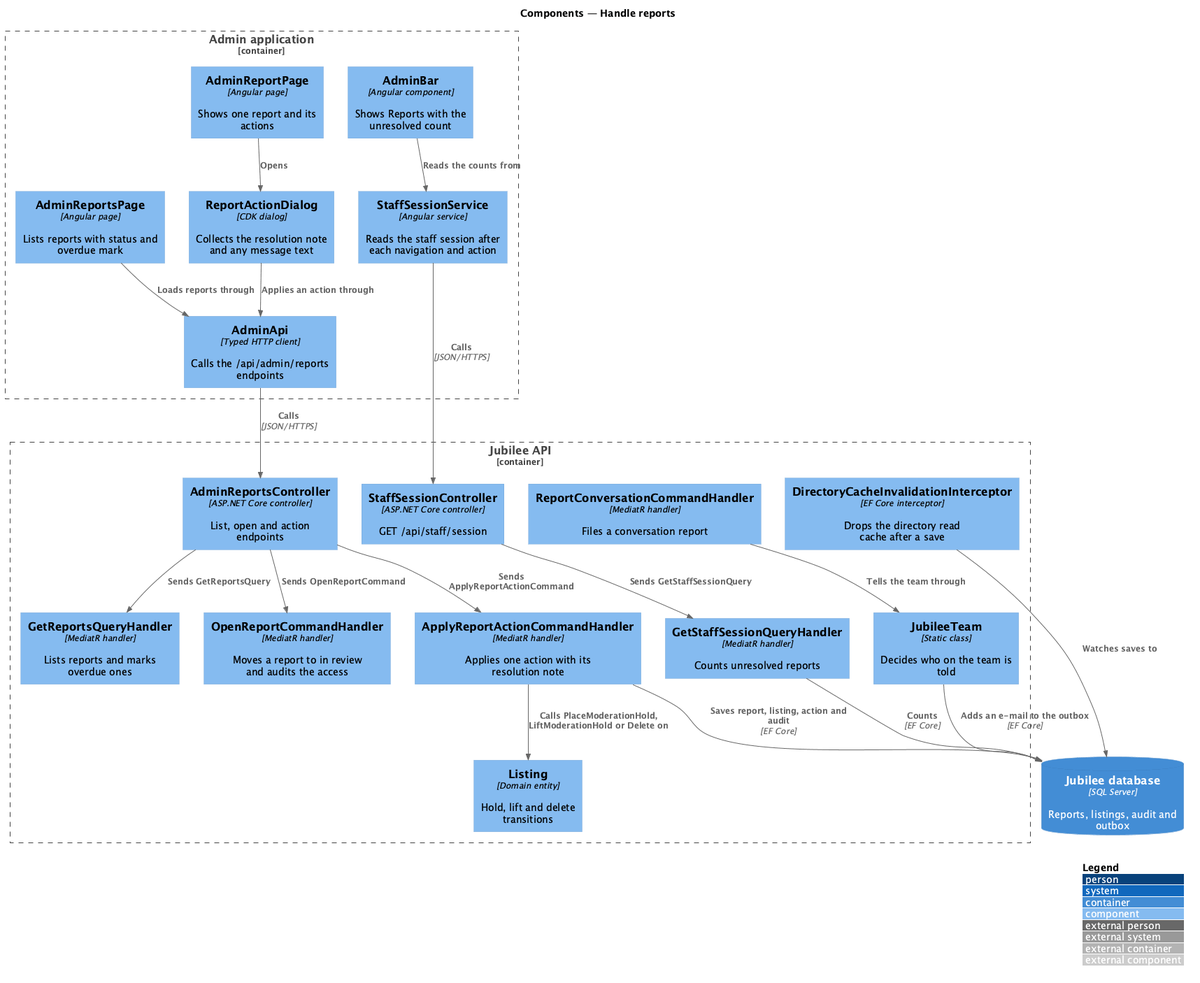
Earlier version of the PlantUML export docs/detailed-designs/moderation/handle-reports/diagrams/c4-component.png (QuinntyneBrown/jubilee). The source it was exported from:
```plantuml
@startuml
!include <C4/C4_Component>
LAYOUT_WITH_LEGEND()
title Components — Handle reports
Container_Boundary(web, "Admin application") {
  Component(bar, "AdminBar", "Angular component", "Shows Reports with the unresolved count")
  Component(session, "StaffSessionService", "Angular service", "Reads the staff session after each navigation and action")
  Component(list, "AdminReportsPage", "Angular page", "Lists reports with status and overdue mark")
  Component(detail, "AdminReportPage", "Angular page", "Shows one report and its actions")
  Component(dialog, "ReportActionDialog", "CDK dialog", "Collects the resolution note and any message text")
  Component(client, "AdminApi", "Typed HTTP client", "Calls the /api/admin/reports endpoints")
}
Container_Boundary(api, "Jubilee API") {
  Component(ctrl, "AdminReportsController", "ASP.NET Core controller", "List, open and action endpoints")
  Component(sctrl, "StaffSessionController", "ASP.NET Core controller", "GET /api/staff/session")
  Component(sh, "GetStaffSessionQueryHandler", "MediatR handler", "Counts unresolved reports")
  Component(rh, "ReportConversationCommandHandler", "MediatR handler", "Files a conversation report")
  Component(team, "JubileeTeam", "Static class", "Decides who on the team is told")
  Component(lh, "GetReportsQueryHandler", "MediatR handler", "Lists reports and marks overdue ones")
  Component(oh, "OpenReportCommandHandler", "MediatR handler", "Moves a report to in review and audits the access")
  Component(ah, "ApplyReportActionCommandHandler", "MediatR handler", "Applies one action with its resolution note")
  Component(listing, "Listing", "Domain entity", "Hold, lift and delete transitions")
  Component(icpt, "DirectoryCacheInvalidationInterceptor", "EF Core interceptor", "Drops the directory read cache after a save")
}
ContainerDb(db, "Jubilee database", "SQL Server", "Reports, listings, audit and outbox")

Rel(bar, session, "Reads the counts from")
Rel(session, sctrl, "Calls", "JSON/HTTPS")
Rel(sctrl, sh, "Sends GetStaffSessionQuery")
Rel(list, client, "Loads reports through")
Rel(detail, dialog, "Opens")
Rel(dialog, client, "Applies an action through")
Rel(client, ctrl, "Calls", "JSON/HTTPS")
Rel(ctrl, lh, "Sends GetReportsQuery")
Rel(ctrl, oh, "Sends OpenReportCommand")
Rel(ctrl, ah, "Sends ApplyReportActionCommand")
Rel(rh, team, "Tells the team through")
Rel(team, db, "Adds an e-mail to the outbox", "EF Core")
Rel(ah, listing, "Calls PlaceModerationHold, LiftModerationHold or Delete on")
Rel(ah, db, "Saves report, listing, action and audit", "EF Core")
Rel(icpt, db, "Watches saves to")
Rel(sh, db, "Counts", "EF Core")
@enduml
```
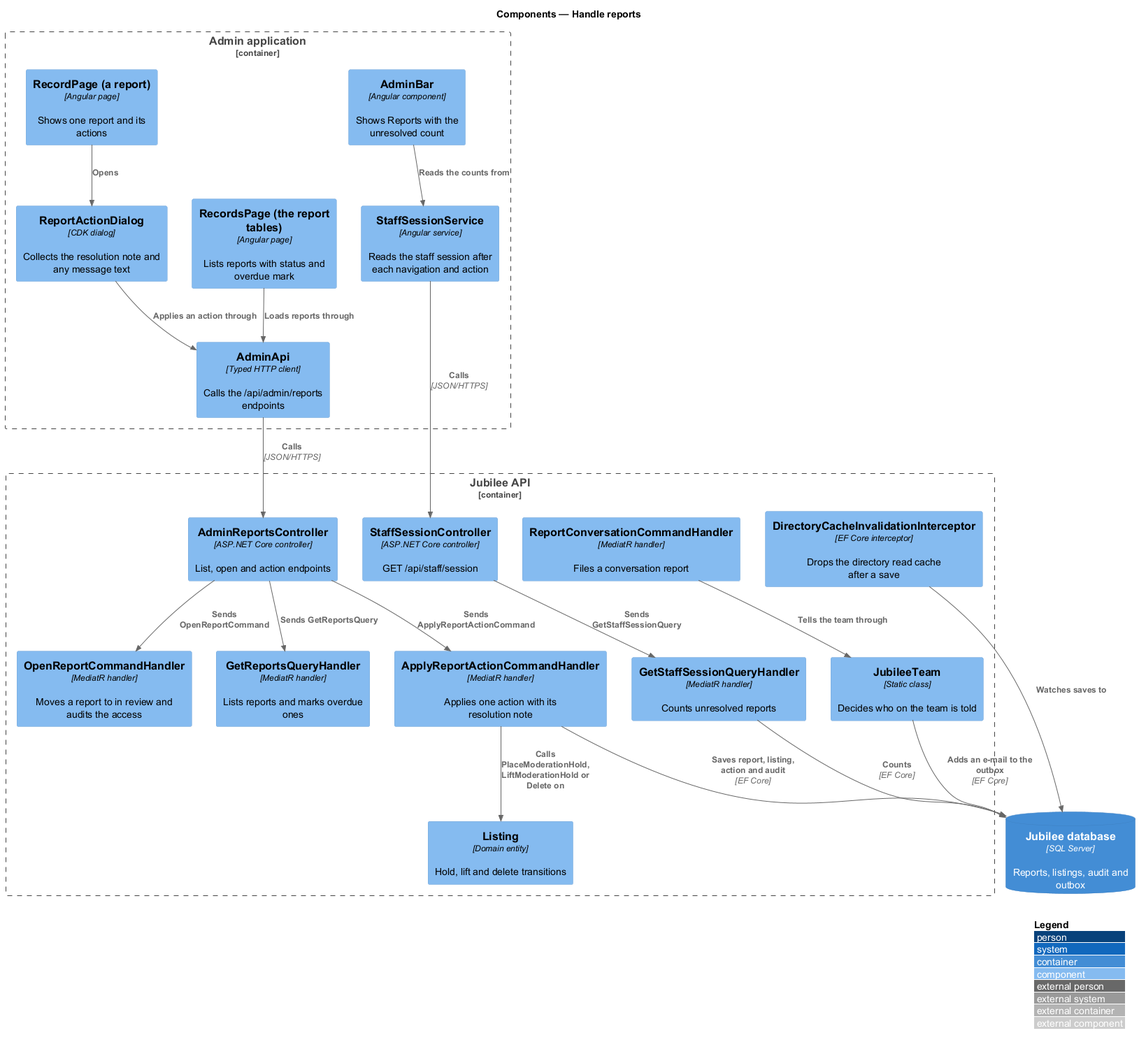
After the change.

Diff of the diagram source:
```diff
@@ -5,8 +5,8 @@
 Container_Boundary(web, "Admin application") {
   Component(bar, "AdminBar", "Angular component", "Shows Reports with the unresolved count")
   Component(session, "StaffSessionService", "Angular service", "Reads the staff session after each navigation and action")
-  Component(list, "AdminReportsPage", "Angular page", "Lists reports with status and overdue mark")
-  Component(detail, "AdminReportPage", "Angular page", "Shows one report and its actions")
+  Component(list, "RecordsPage (the report tables)", "Angular page", "Lists reports with status and overdue mark")
+  Component(detail, "RecordPage (a report)", "Angular page", "Shows one report and its actions")
   Component(dialog, "ReportActionDialog", "CDK dialog", "Collects the resolution note and any message text")
   Component(client, "AdminApi", "Typed HTTP client", "Calls the /api/admin/reports endpoints")
 }
```
